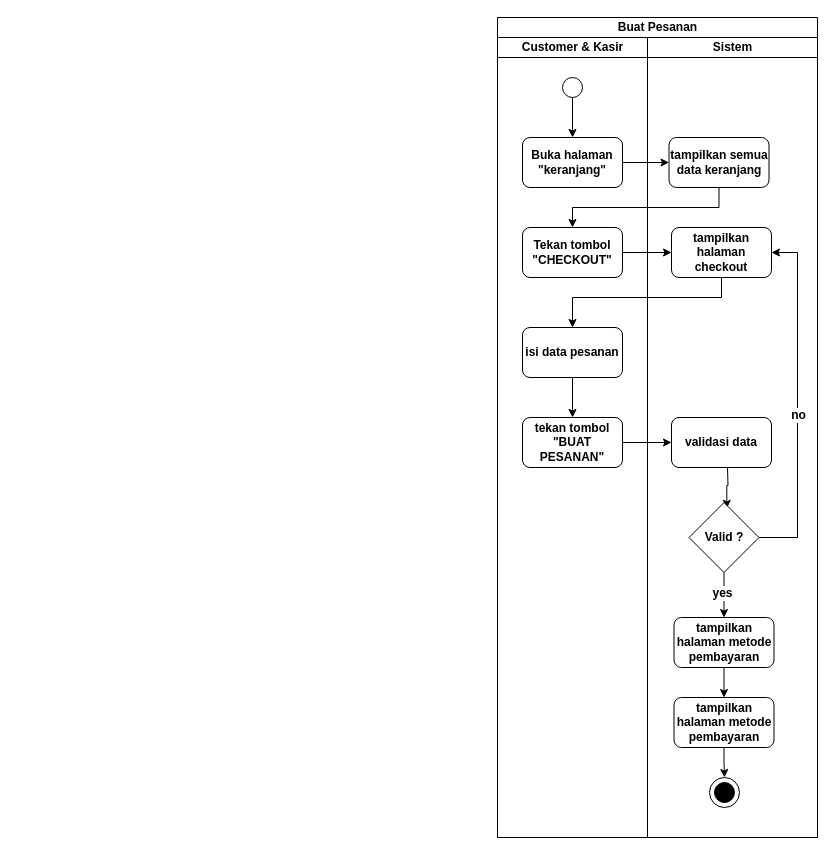
Above: page "buat pesanan" (14 of 19) of assets/uml/activity-diagram.drawio in RIOKOWI/warmindo_purnama_flutter (draw.io), before the change. Source tidied: cells renumbered, new cells numbered last; positions are measured from the earlier drawing's top-left corner, leaving out a move shared by most shapes. Both pictures are drawn from the tidied source at 100%, with x=0, y=0 at pixel (17, 17).
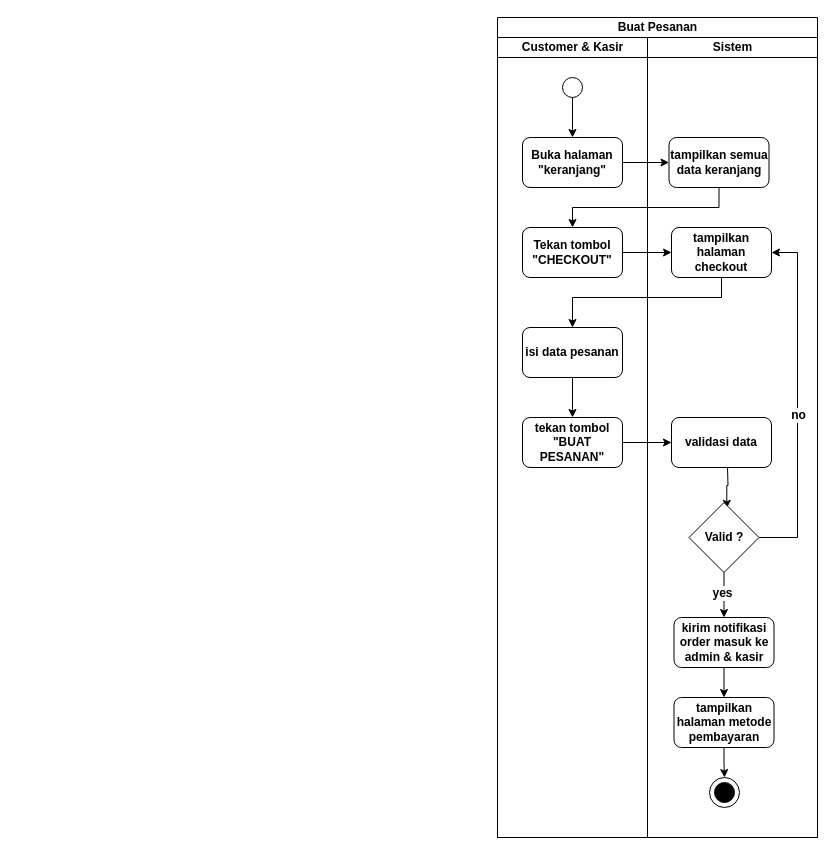
The same diagram, later.

The change refers to these unchanged cells:
```xml
<mxCell id="12" value="Sistem" style="swimlane;startSize=20;html=1;" parent="3" vertex="1">
  <mxGeometry x="150" y="20" width="170" height="800" as="geometry" />
</mxCell>
```

Diff of the diagram source:
```diff
@@
-    <mxCell id="27" value="tampilkan halaman metode pembayaran" style="rounded=1;whiteSpace=wrap;html=1;strokeColor=default;align=center;verticalAlign=middle;fontFamily=Helvetica;fontSize=12;fontColor=default;fontStyle=1;fillColor=default;" parent="12" vertex="1">
+    <mxCell id="27" value="kirim notifikasi order masuk ke admin &amp;amp; kasir" style="rounded=1;whiteSpace=wrap;html=1;strokeColor=default;align=center;verticalAlign=middle;fontFamily=Helvetica;fontSize=12;fontColor=default;fontStyle=1;fillColor=default;" parent="12" vertex="1">
       <mxGeometry x="26.5" y="580" width="100" height="50" as="geometry" />
     </mxCell>
```
